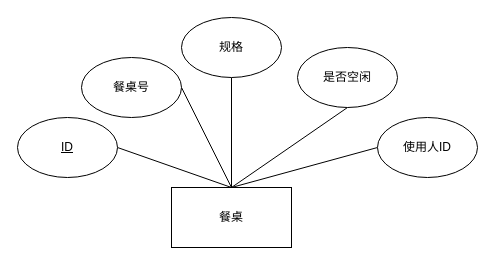
Above: page "餐桌E-R图" (15 of 18) of main.drawio in bzerozero7/test (draw.io), before the change. Source tidied: cells renumbered, new cells numbered last; positions are measured from the earlier drawing's top-left corner, leaving out a move shared by most shapes. Both pictures are drawn from the tidied source at 100%, with x=0, y=0 at pixel (17, 17).
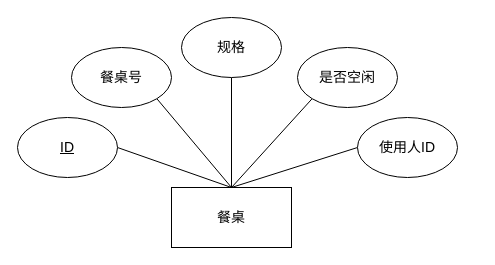
The same page after the edit.

The edit, as a diff of the source:
```diff
@@
 <mxGraphModel>
   <root>
     <mxCell id="0" />
     <mxCell id="1" parent="0" />
-    <mxCell id="2" value="餐桌" style="rounded=0;whiteSpace=wrap;html=1;" parent="1" vertex="1">
+    <mxCell id="2" value="&lt;font style=&quot;font-size: 14px;&quot;&gt;餐桌&lt;/font&gt;" style="rounded=0;whiteSpace=wrap;html=1;" parent="1" vertex="1">
       <mxGeometry x="154" y="170" width="120" height="60" as="geometry" />
     </mxCell>
     <mxCell id="3" style="rounded=0;jettySize=auto;html=1;exitX=1;exitY=0.5;exitDx=0;exitDy=0;entryX=0.5;entryY=0;entryDx=0;entryDy=0;endArrow=none;startFill=0;" parent="1" edge="1" source="4" target="2">
       <mxGeometry relative="1" as="geometry" />
     </mxCell>
-    <mxCell id="4" value="&lt;u&gt;ID&lt;/u&gt;" style="ellipse;whiteSpace=wrap;html=1;" parent="1" vertex="1">
+    <mxCell id="4" value="&lt;u&gt;&lt;font style=&quot;font-size: 14px;&quot;&gt;ID&lt;/font&gt;&lt;/u&gt;" style="ellipse;whiteSpace=wrap;html=1;" parent="1" vertex="1">
       <mxGeometry y="100" width="100" height="60" as="geometry" />
     </mxCell>
-    <mxCell id="5" style="rounded=0;jettySize=auto;html=1;exitX=1;exitY=0.5;exitDx=0;exitDy=0;entryX=0.5;entryY=0;entryDx=0;entryDy=0;endArrow=none;startFill=0;" parent="1" edge="1" source="6" target="2">
+    <mxCell id="5" style="rounded=0;jettySize=auto;html=1;exitX=1;exitY=1;exitDx=0;exitDy=0;entryX=0.5;entryY=0;entryDx=0;entryDy=0;endArrow=none;startFill=0;" parent="1" edge="1" source="6" target="2">
       <mxGeometry relative="1" as="geometry" />
     </mxCell>
-    <mxCell id="6" value="餐桌号" style="ellipse;whiteSpace=wrap;html=1;" parent="1" vertex="1">
-      <mxGeometry x="64" y="40" width="100" height="60" as="geometry" />
+    <mxCell id="6" value="&lt;font style=&quot;font-size: 14px;&quot;&gt;餐桌号&lt;/font&gt;" style="ellipse;whiteSpace=wrap;html=1;" parent="1" vertex="1">
+      <mxGeometry x="54" y="30" width="100" height="60" as="geometry" />
     </mxCell>
     <mxCell id="7" style="rounded=0;jettySize=auto;html=1;exitX=0.5;exitY=1;exitDx=0;exitDy=0;entryX=0.5;entryY=0;entryDx=0;entryDy=0;endArrow=none;startFill=0;" parent="1" edge="1" source="8" target="2">
       <mxGeometry relative="1" as="geometry" />
     </mxCell>
-    <mxCell id="8" value="规格" style="ellipse;whiteSpace=wrap;html=1;" parent="1" vertex="1">
+    <mxCell id="8" value="&lt;font style=&quot;font-size: 14px;&quot;&gt;规格&lt;/font&gt;" style="ellipse;whiteSpace=wrap;html=1;" parent="1" vertex="1">
       <mxGeometry x="164" width="100" height="60" as="geometry" />
     </mxCell>
-    <mxCell id="9" style="rounded=0;jettySize=auto;html=1;exitX=0.5;exitY=1;exitDx=0;exitDy=0;endArrow=none;startFill=0;" parent="1" edge="1" source="10">
+    <mxCell id="9" style="rounded=0;jettySize=auto;html=1;exitX=0;exitY=1;exitDx=0;exitDy=0;endArrow=none;startFill=0;" parent="1" edge="1" source="10">
       <mxGeometry relative="1" as="geometry">
         <mxPoint x="214" y="170" as="targetPoint" />
       </mxGeometry>
     </mxCell>
-    <mxCell id="10" value="是否空闲" style="ellipse;whiteSpace=wrap;html=1;" parent="1" vertex="1">
+    <mxCell id="10" value="&lt;font style=&quot;font-size: 14px;&quot;&gt;是否空闲&lt;/font&gt;" style="ellipse;whiteSpace=wrap;html=1;" parent="1" vertex="1">
       <mxGeometry x="280" y="30" width="100" height="60" as="geometry" />
     </mxCell>
     <mxCell id="11" style="rounded=0;jettySize=auto;html=1;exitX=0;exitY=0.5;exitDx=0;exitDy=0;entryX=0.5;entryY=0;entryDx=0;entryDy=0;endArrow=none;startFill=0;" parent="1" edge="1" source="12" target="2">
       <mxGeometry relative="1" as="geometry" />
     </mxCell>
-    <mxCell id="12" value="使用人ID" style="ellipse;whiteSpace=wrap;html=1;" parent="1" vertex="1">
-      <mxGeometry x="360" y="100" width="100" height="60" as="geometry" />
+    <mxCell id="12" value="&lt;font style=&quot;font-size: 14px;&quot;&gt;使用人ID&lt;/font&gt;" style="ellipse;whiteSpace=wrap;html=1;" parent="1" vertex="1">
+      <mxGeometry x="340" y="100" width="100" height="60" as="geometry" />
     </mxCell>
   </root>
 </mxGraphModel>
```
